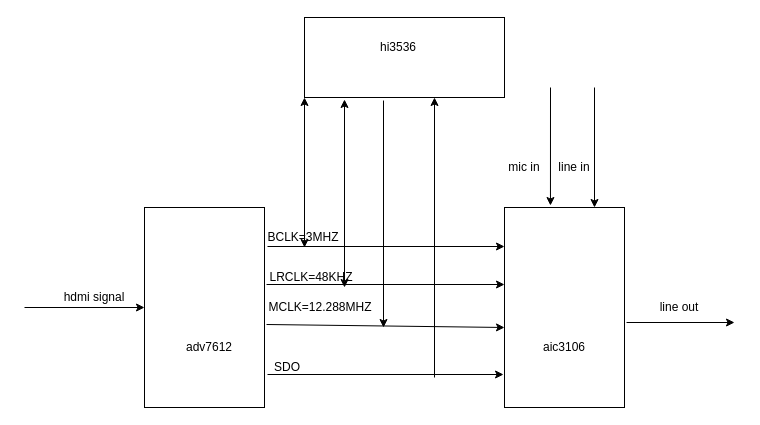
Above: 未命名绘图.drawio in sanmaoljh/coop (draw.io), before the change. Source tidied: cells renumbered, new cells numbered last; positions are measured from the earlier drawing's top-left corner, leaving out a move shared by most shapes. Both pictures are drawn from the tidied source at 100%, with x=0, y=0 at pixel (24, 17).
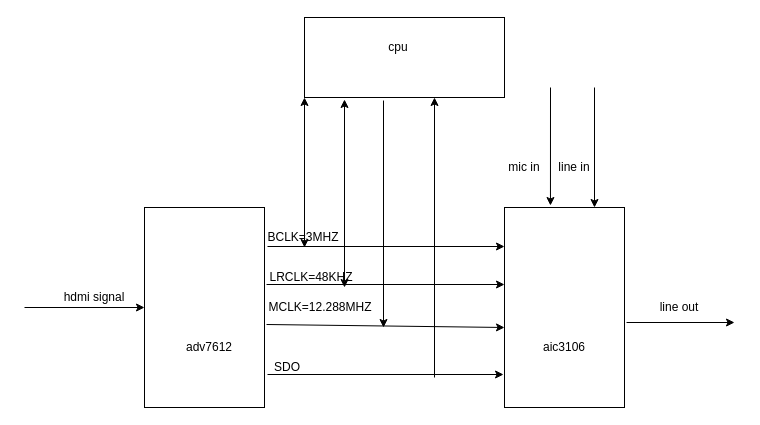
After the change.

Commit message:
更新未命名绘图.drawio

Diff of the diagram source:
```diff
@@
-    <mxCell id="15" value="hi3536" style="text;html=1;strokeColor=none;fillColor=none;align=center;verticalAlign=middle;whiteSpace=wrap;rounded=0;" parent="1" vertex="1">
+    <mxCell id="15" value="cpu" style="text;html=1;strokeColor=none;fillColor=none;align=center;verticalAlign=middle;whiteSpace=wrap;rounded=0;" parent="1" vertex="1">
       <mxGeometry x="354" y="20" width="40" height="20" as="geometry" />
     </mxCell>
```
